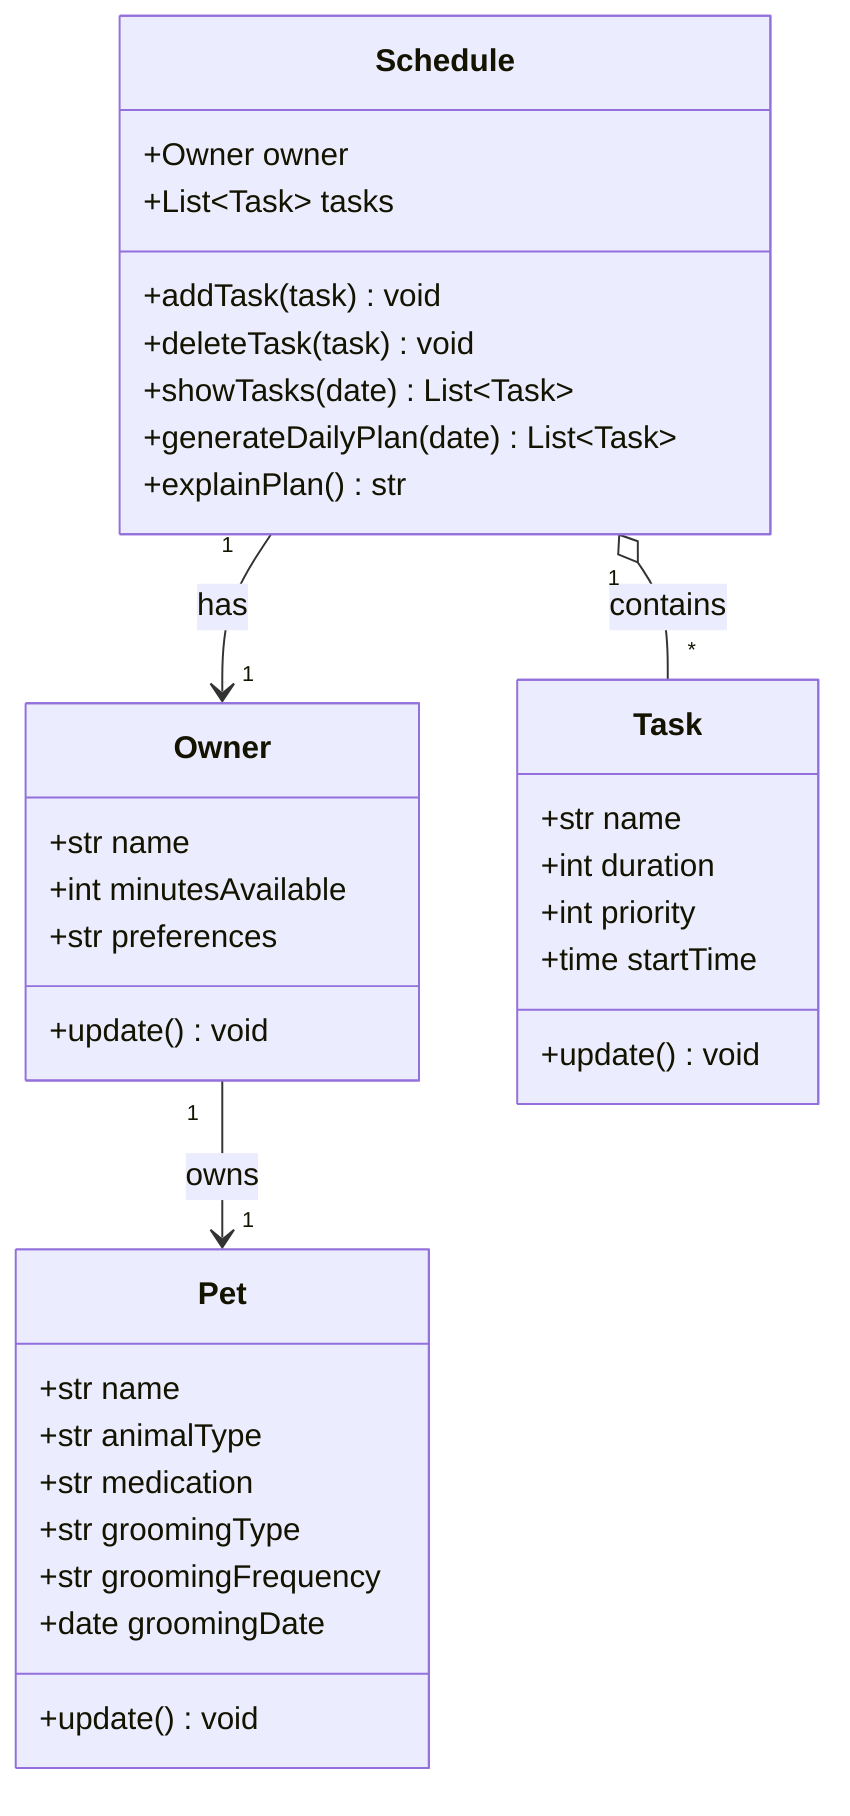
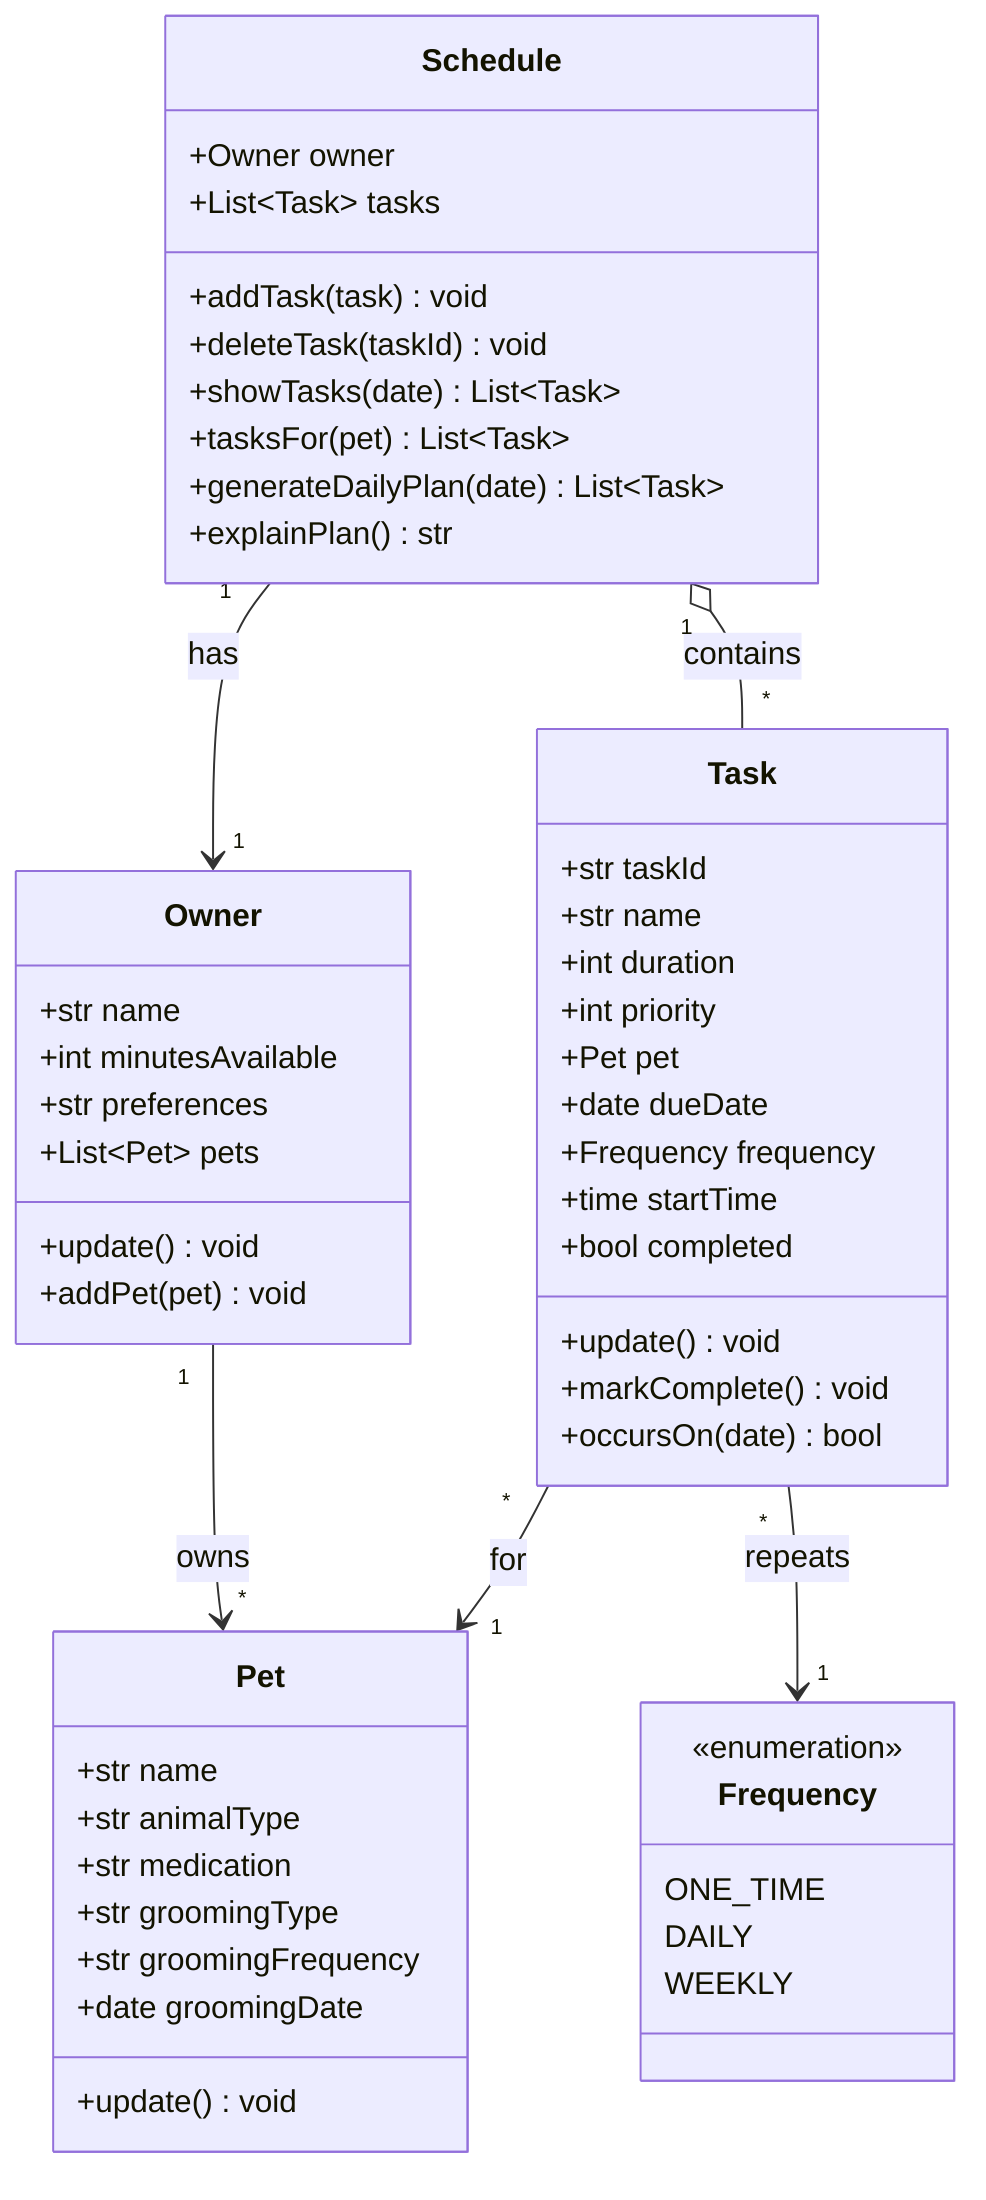
classDiagram
    %% PawPal+ — class diagram based on brainstormed design.
    %% Keep this file updated so it matches your final implementation.

    class Owner {
        +str name
        +int minutesAvailable
        +str preferences
+         +List~Pet~ pets
        +update() void
+         +addPet(pet) void
    }

    class Pet {
        +str name
        +str animalType
        +str medication
        +str groomingType
        +str groomingFrequency
        +date groomingDate
        +update() void
    }

+     class Frequency {
+         <<enumeration>>
+         ONE_TIME
+         DAILY
+         WEEKLY
+     }
+ 
    class Task {
+         +str taskId
        +str name
        +int duration
        +int priority
+         +Pet pet
+         +date dueDate
+         +Frequency frequency
        +time startTime
+         +bool completed
        +update() void
+         +markComplete() void
+         +occursOn(date) bool
    }

    class Schedule {
        +Owner owner
        +List~Task~ tasks
        +addTask(task) void
-         +deleteTask(task) void
+         +deleteTask(taskId) void
        +showTasks(date) List~Task~
+         +tasksFor(pet) List~Task~
        +generateDailyPlan(date) List~Task~
        +explainPlan() str
    }

-     Owner "1" --> "1" Pet : owns
+     Owner "1" --> "*" Pet : owns
    Schedule "1" --> "1" Owner : has
    Schedule "1" o-- "*" Task : contains
+     Task "*" --> "1" Pet : for
+     Task "*" --> "1" Frequency : repeats
